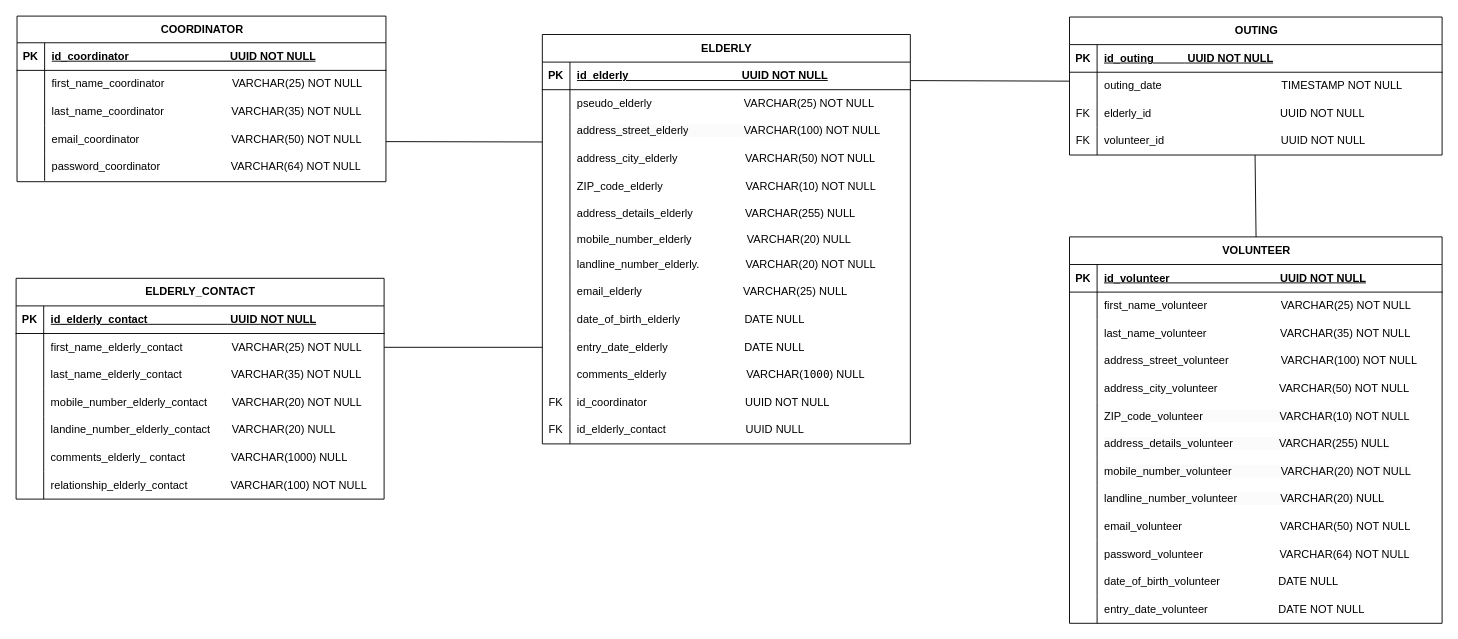
AnneGicquel/MCD_Marche_avec_Eliane keeps this draw.io diagram as page "MPD_MaE" (3 of 4) of MCD_MaE.drawio. Above is the earlier version. Source tidied: cells renumbered, new cells numbered last; positions are measured from the earlier drawing's top-left corner, leaving out a move shared by most shapes. Both pictures are drawn from the tidied source at 92%, with x=0, y=0 at pixel (16, 16).
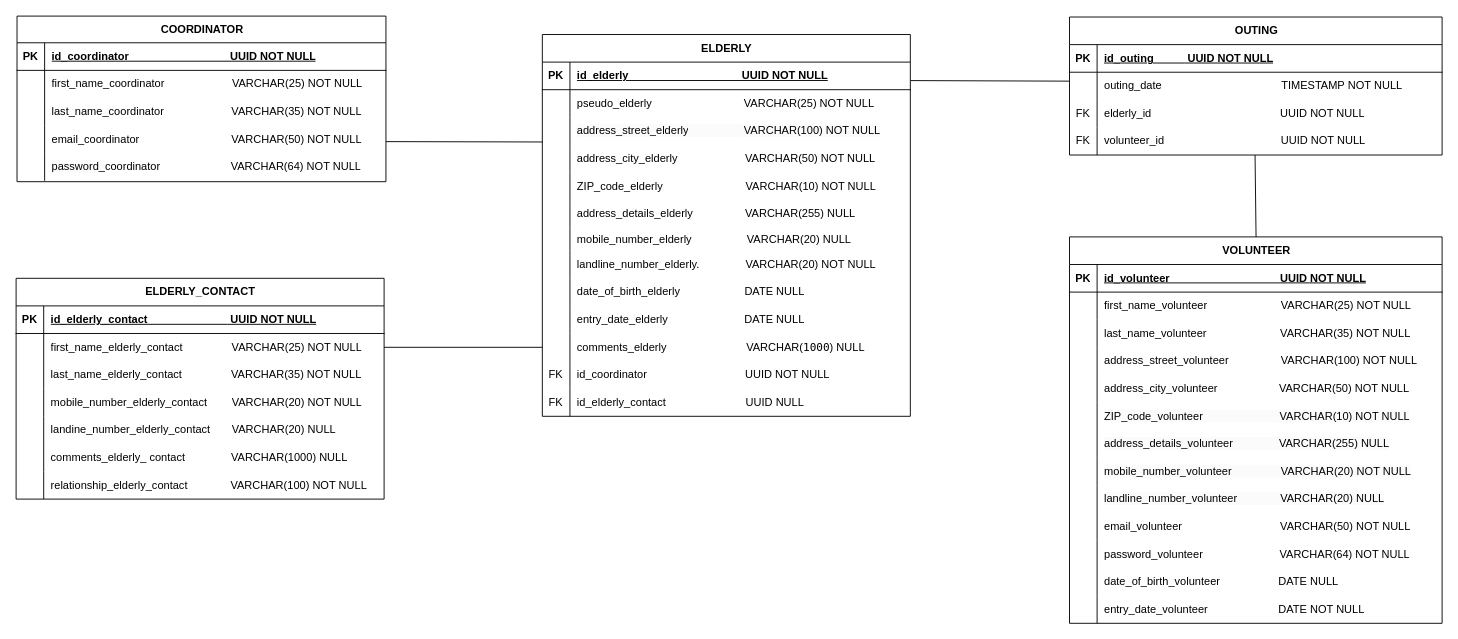
Above is the later version.

Unchanged cells that the change refers to:
```xml
<mxCell id="85" style="shape=tableRow;horizontal=0;startSize=0;swimlaneHead=0;swimlaneBody=0;fillColor=none;points=[[0,0.5],[1,0.5]];portConstraint=eastwest;top=0;left=0;right=0;bottom=0;" parent="81" vertex="1">
  <mxGeometry y="60" width="400" height="30" as="geometry" />
</mxCell>
```

The edit, as a diff of the source:
```diff
@@
-    <mxCell id="16" style="endArrow=none;html=1;rounded=0;exitX=1;exitY=0.5;exitDx=0;exitDy=0;entryX=0;entryY=0.5;entryDx=0;entryDy=0;" parent="1" edge="1" source="85" target="68">
+    <mxCell id="16" style="endArrow=none;html=1;rounded=0;exitX=1;exitY=0.5;exitDx=0;exitDy=0;entryX=0;entryY=0.5;entryDx=0;entryDy=0;" parent="1" edge="1" source="85" target="71">
       <mxGeometry relative="1" as="geometry" />
     </mxCell>
@@
     <mxCell id="37" value="ELDERLY" style="shape=table;startSize=30;childLayout=tableLayout;rowLines=0;fontStyle=1;align=center;html=1;" parent="1" vertex="1">
-      <mxGeometry x="572" y="20" width="400" height="445" as="geometry" />
+      <mxGeometry x="572" y="20" width="400" height="415" as="geometry" />
     </mxCell>
@@
-    <mxCell id="62" style="shape=tableRow;horizontal=0;startSize=0;swimlaneHead=0;swimlaneBody=0;fillColor=none;top=0;left=0;right=0;bottom=0;" parent="37" vertex="1">
-      <mxGeometry y="265" width="400" height="30" as="geometry" />
-    </mxCell>
-    <mxCell id="63" style="shape=partialRectangle;fillColor=none;top=0;left=0;bottom=0;right=0;overflow=hidden;whiteSpace=wrap;html=1;" parent="62" vertex="1">
-      <mxGeometry width="30" height="30" as="geometry" />
-    </mxCell>
-    <mxCell id="64" value="&lt;span style=&quot;white-space-collapse: preserve;&quot;&gt;email_&lt;/span&gt;&lt;span style=&quot;text-align: center; text-wrap: nowrap;&quot;&gt;elderly&amp;nbsp;&lt;/span&gt;&lt;span style=&quot;white-space-collapse: preserve;&quot;&gt;                                &lt;/span&gt;&lt;span style=&quot;white-space-collapse: preserve;&quot;&gt;VARCHAR(25) NULL&lt;/span&gt;" style="shape=partialRectangle;fillColor=none;top=0;left=0;bottom=0;right=0;align=left;spacingLeft=6;overflow=hidden;whiteSpace=wrap;html=1;" parent="62" vertex="1">
-      <mxGeometry x="30" width="370" height="30" as="geometry" />
-    </mxCell>
     <mxCell id="65" style="shape=tableRow;horizontal=0;startSize=0;swimlaneHead=0;swimlaneBody=0;fillColor=none;top=0;left=0;right=0;bottom=0;" parent="37" vertex="1">
-      <mxGeometry y="295" width="400" height="30" as="geometry" />
+      <mxGeometry y="265" width="400" height="30" as="geometry" />
     </mxCell>
@@
     <mxCell id="68" style="shape=tableRow;horizontal=0;startSize=0;swimlaneHead=0;swimlaneBody=0;fillColor=none;points=[[0,0.5],[1,0.5]];portConstraint=eastwest;top=0;left=0;right=0;bottom=0;" parent="37" vertex="1">
-      <mxGeometry y="325" width="400" height="30" as="geometry" />
+      <mxGeometry y="295" width="400" height="30" as="geometry" />
     </mxCell>
@@
     <mxCell id="71" style="shape=tableRow;horizontal=0;startSize=0;swimlaneHead=0;swimlaneBody=0;fillColor=none;points=[[0,0.5],[1,0.5]];portConstraint=eastwest;top=0;left=0;right=0;bottom=0;" parent="37" vertex="1">
-      <mxGeometry y="355" width="400" height="30" as="geometry" />
+      <mxGeometry y="325" width="400" height="30" as="geometry" />
     </mxCell>
@@
     <mxCell id="74" style="shape=tableRow;horizontal=0;startSize=0;swimlaneHead=0;swimlaneBody=0;fillColor=none;top=0;left=0;right=0;bottom=0;" parent="37" vertex="1">
-      <mxGeometry y="385" width="400" height="30" as="geometry" />
+      <mxGeometry y="355" width="400" height="30" as="geometry" />
     </mxCell>
@@
     <mxCell id="77" style="shape=tableRow;horizontal=0;startSize=0;swimlaneHead=0;swimlaneBody=0;fillColor=none;top=0;left=0;right=0;bottom=0;" parent="37" vertex="1">
-      <mxGeometry y="415" width="400" height="30" as="geometry" />
+      <mxGeometry y="385" width="400" height="30" as="geometry" />
     </mxCell>
```
